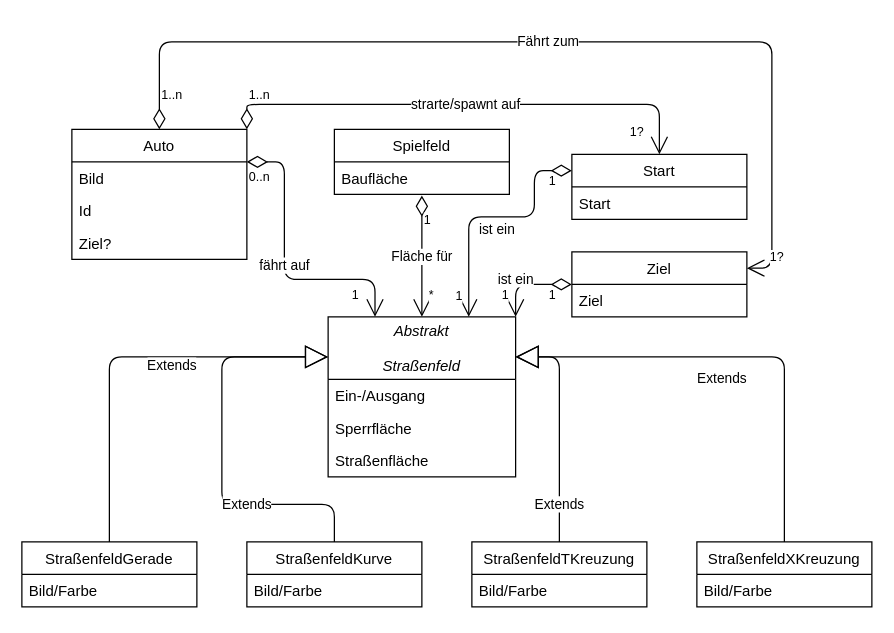
This is NewDomänenDiagramm.drawio from fefuhr/SWT, a draw.io file, before an edit. Source tidied: cells renumbered, new cells numbered last; positions are measured from the earlier drawing's top-left corner, leaving out a move shared by most shapes. Both pictures are drawn from the tidied source at 125%, with x=0, y=0 at pixel (-66, -360).
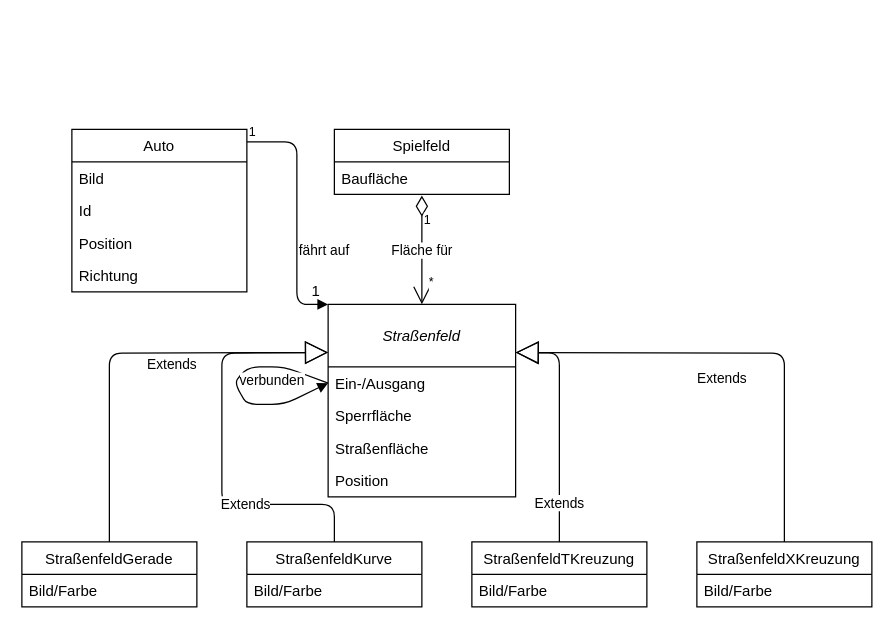
After the change.

Unchanged cells that the change refers to:
```xml
<mxCell id="4" value="Spielfeld" style="swimlane;fontStyle=0;horizontal=1;startSize=26;fillColor=none;" parent="1" vertex="1">
  <mxGeometry x="320" y="391" width="140" height="52" as="geometry" />
</mxCell>
<mxCell id="13" value="StraßenfeldKurve" style="swimlane;fontStyle=0;horizontal=1;startSize=26;fillColor=none;" parent="1" vertex="1">
  <mxGeometry x="250" y="721" width="140" height="52" as="geometry" />
</mxCell>
<mxCell id="15" value="StraßenfeldTKreuzung" style="swimlane;fontStyle=0;horizontal=1;startSize=26;fillColor=none;" parent="1" vertex="1">
  <mxGeometry x="430" y="721" width="140" height="52" as="geometry" />
</mxCell>
<mxCell id="17" value="StraßenfeldGerade" style="swimlane;fontStyle=0;horizontal=1;startSize=26;fillColor=none;" parent="1" vertex="1">
  <mxGeometry x="70" y="721" width="140" height="52" as="geometry" />
</mxCell>
```

Change to the diagram source:
```diff
@@
+    <mxCell id="29" value="fährt auf" style="endArrow=block;endFill=1;html=1;edgeStyle=orthogonalEdgeStyle;align=left;verticalAlign=top;entryX=0;entryY=0;entryDx=0;entryDy=0;" parent="4" edge="1" target="9">
+      <mxGeometry x="0.17" relative="1" as="geometry">
+        <mxPoint x="-70" y="10" as="sourcePoint" />
+        <Array as="points">
+          <mxPoint x="-30" y="10" />
+          <mxPoint x="-30" y="140" />
+        </Array>
+      </mxGeometry>
+    </mxCell>
+    <mxCell id="48" value="1" style="html=1;align=left;verticalAlign=bottom;labelBackgroundColor=#ffffff;fontSize=10;" parent="29" vertex="1">
+      <mxGeometry x="-1" relative="1" as="geometry" />
+    </mxCell>
@@
-    <mxCell id="9" value="Abstrakt&#10;&#10;Straßenfeld" style="swimlane;fontStyle=2;horizontal=1;startSize=50;fillColor=none;fontSize=12;spacing=2;" parent="1" vertex="1">
-      <mxGeometry x="315" y="541" width="150" height="128" as="geometry" />
-    </mxCell>
-    <mxCell id="10" value="Ein-/Ausgang" style="text;strokeColor=none;fillColor=none;align=left;verticalAlign=top;spacingLeft=4;spacingRight=4;overflow=hidden;points=[[0,0.5],[1,0.5]];portConstraint=eastwest;" parent="9" vertex="1">
-      <mxGeometry y="50" width="150" height="26" as="geometry" />
-    </mxCell>
-    <mxCell id="11" value="Sperrfläche" style="text;strokeColor=none;fillColor=none;align=left;verticalAlign=top;spacingLeft=4;spacingRight=4;overflow=hidden;" parent="9" vertex="1">
-      <mxGeometry y="76" width="150" height="26" as="geometry" />
-    </mxCell>
-    <mxCell id="12" value="Straßenfläche" style="text;strokeColor=none;fillColor=none;align=left;verticalAlign=top;spacingLeft=4;spacingRight=4;overflow=hidden;" parent="9" vertex="1">
-      <mxGeometry y="102" width="150" height="26" as="geometry" />
-    </mxCell>
@@
     <mxCell id="21" value="Extends" style="endArrow=block;endSize=16;endFill=0;html=1;exitX=0.5;exitY=0;exitDx=0;exitDy=0;entryX=0;entryY=0.25;entryDx=0;entryDy=0;" parent="1" edge="1" source="17" target="9">
       <mxGeometry x="-0.13" y="-50" relative="1" as="geometry">
         <Array as="points">
-          <mxPoint x="140" y="573" />
+          <mxPoint x="140" y="570" />
         </Array>
       </mxGeometry>
     </mxCell>
     <mxCell id="22" value="Extends" style="endArrow=block;endSize=16;endFill=0;html=1;exitX=0.5;exitY=0;exitDx=0;exitDy=0;entryX=0;entryY=0.25;entryDx=0;entryDy=0;" parent="1" edge="1" source="13" target="9">
       <mxGeometry x="-0.38" relative="1" as="geometry">
         <Array as="points">
           <mxPoint x="320" y="691" />
           <mxPoint x="230" y="691" />
-          <mxPoint x="230" y="573" />
+          <mxPoint x="230" y="570" />
         </Array>
       </mxGeometry>
     </mxCell>
     <mxCell id="23" value="Extends" style="endArrow=block;endSize=16;endFill=0;html=1;exitX=0.5;exitY=0;exitDx=0;exitDy=0;entryX=1;entryY=0.25;entryDx=0;entryDy=0;" parent="1" edge="1" source="15" target="9">
       <mxGeometry x="-0.67" relative="1" as="geometry">
         <Array as="points">
-          <mxPoint x="500" y="573" />
+          <mxPoint x="500" y="570" />
         </Array>
       </mxGeometry>
     </mxCell>
     <mxCell id="24" value="Extends" style="endArrow=block;endSize=16;endFill=0;html=1;exitX=0.5;exitY=0;exitDx=0;exitDy=0;entryX=1;entryY=0.25;entryDx=0;entryDy=0;" parent="1" edge="1" target="9">
       <mxGeometry x="-0.83" y="50" relative="1" as="geometry">
         <mxPoint x="680" y="721" as="sourcePoint" />
         <Array as="points">
           <mxPoint x="680" y="691" />
-          <mxPoint x="680" y="573" />
-          <mxPoint x="590" y="573" />
+          <mxPoint x="680" y="570" />
         </Array>
         <mxPoint y="-100" as="offset" />
       </mxGeometry>
     </mxCell>
     <mxCell id="25" value="Auto" style="swimlane;fontStyle=0;horizontal=1;startSize=26;fillColor=none;" parent="1" vertex="1">
-      <mxGeometry x="110" y="391" width="140" height="104" as="geometry" />
+      <mxGeometry x="110" y="391" width="140" height="130" as="geometry" />
     </mxCell>
@@
-    <mxCell id="28" value="Ziel?" style="text;strokeColor=none;fillColor=none;align=left;verticalAlign=top;spacingLeft=4;spacingRight=4;overflow=hidden;" parent="25" vertex="1">
+    <mxCell id="28" value="Position" style="text;strokeColor=none;fillColor=none;align=left;verticalAlign=top;spacingLeft=4;spacingRight=4;overflow=hidden;" parent="25" vertex="1">
       <mxGeometry y="78" width="140" height="26" as="geometry" />
     </mxCell>
-    <mxCell id="29" value="fährt auf" style="endArrow=open;html=1;endSize=12;startArrow=diamondThin;startSize=14;startFill=0;edgeStyle=orthogonalEdgeStyle;exitX=1;exitY=0.25;exitDx=0;exitDy=0;entryX=0.25;entryY=0;entryDx=0;entryDy=0;" parent="1" edge="1" source="25" target="9">
-      <mxGeometry relative="1" as="geometry">
-        <Array as="points">
-          <mxPoint x="280" y="417" />
-          <mxPoint x="280" y="511" />
-          <mxPoint x="353" y="511" />
-        </Array>
-      </mxGeometry>
-    </mxCell>
-    <mxCell id="30" value="0..n" style="html=1;align=left;verticalAlign=top;labelBackgroundColor=#ffffff;fontSize=10;" parent="29" vertex="1">
-      <mxGeometry x="-1" relative="1" as="geometry" />
-    </mxCell>
-    <mxCell id="31" value="1" style="html=1;align=right;verticalAlign=top;labelBackgroundColor=#ffffff;fontSize=10;" parent="29" vertex="1">
-      <mxGeometry x="1" relative="1" as="geometry">
-        <mxPoint x="-12.5" y="-30.5" as="offset" />
-      </mxGeometry>
-    </mxCell>
-    <mxCell id="32" value="Start" style="swimlane;fontStyle=0;horizontal=1;startSize=26;fillColor=none;" parent="1" vertex="1">
-      <mxGeometry x="510" y="411" width="140" height="52" as="geometry" />
-    </mxCell>
-    <mxCell id="33" value="Start" style="text;strokeColor=none;fillColor=none;align=left;verticalAlign=top;spacingLeft=4;spacingRight=4;overflow=hidden;" parent="32" vertex="1">
-      <mxGeometry y="26" width="140" height="26" as="geometry" />
-    </mxCell>
-    <mxCell id="34" value="Ziel" style="swimlane;fontStyle=0;horizontal=1;startSize=26;fillColor=none;" parent="1" vertex="1">
-      <mxGeometry x="510" y="489" width="140" height="52" as="geometry" />
-    </mxCell>
-    <mxCell id="35" value="Ziel" style="text;strokeColor=none;fillColor=none;align=left;verticalAlign=top;spacingLeft=4;spacingRight=4;overflow=hidden;" parent="34" vertex="1">
-      <mxGeometry y="26" width="140" height="26" as="geometry" />
-    </mxCell>
-    <mxCell id="36" value="ist ein" style="endArrow=open;html=1;endSize=12;startArrow=diamondThin;startSize=14;startFill=0;edgeStyle=orthogonalEdgeStyle;exitX=0;exitY=0.5;exitDx=0;exitDy=0;entryX=1;entryY=0;entryDx=0;entryDy=0;" parent="1" edge="1" source="34" target="9">
-      <mxGeometry x="0.27" y="-4" relative="1" as="geometry">
-        <mxPoint x="4" y="-4" as="offset" />
-      </mxGeometry>
-    </mxCell>
-    <mxCell id="37" value="1" style="html=1;align=left;verticalAlign=top;labelBackgroundColor=#ffffff;fontSize=10;" parent="36" vertex="1">
-      <mxGeometry x="-1" relative="1" as="geometry">
-        <mxPoint x="-20" y="-4" as="offset" />
-      </mxGeometry>
-    </mxCell>
-    <mxCell id="38" value="1" style="html=1;align=right;verticalAlign=top;labelBackgroundColor=#ffffff;fontSize=10;" parent="36" vertex="1">
-      <mxGeometry x="1" relative="1" as="geometry">
-        <mxPoint x="-5" y="-30" as="offset" />
-      </mxGeometry>
-    </mxCell>
-    <mxCell id="39" value="ist ein" style="endArrow=open;html=1;endSize=12;startArrow=diamondThin;startSize=14;startFill=0;edgeStyle=orthogonalEdgeStyle;exitX=0;exitY=0.25;exitDx=0;exitDy=0;entryX=0.75;entryY=0;entryDx=0;entryDy=0;" parent="1" edge="1" source="32" target="9">
-      <mxGeometry x="-0.03" y="10" relative="1" as="geometry">
-        <Array as="points">
-          <mxPoint x="480" y="424" />
-          <mxPoint x="480" y="461" />
-          <mxPoint x="428" y="461" />
-        </Array>
-      </mxGeometry>
-    </mxCell>
-    <mxCell id="40" value="1" style="html=1;align=left;verticalAlign=top;labelBackgroundColor=#ffffff;fontSize=10;" parent="39" vertex="1">
-      <mxGeometry x="-1" relative="1" as="geometry">
-        <mxPoint x="-20" y="-4" as="offset" />
-      </mxGeometry>
-    </mxCell>
-    <mxCell id="41" value="1" style="html=1;align=right;verticalAlign=top;labelBackgroundColor=#ffffff;fontSize=10;" parent="39" vertex="1">
-      <mxGeometry x="1" relative="1" as="geometry">
-        <mxPoint x="-5" y="-30" as="offset" />
-      </mxGeometry>
-    </mxCell>
-    <mxCell id="42" value="strarte/spawnt auf" style="endArrow=open;html=1;endSize=12;startArrow=diamondThin;startSize=14;startFill=0;edgeStyle=orthogonalEdgeStyle;exitX=1;exitY=0;exitDx=0;exitDy=0;entryX=0.5;entryY=0;entryDx=0;entryDy=0;" parent="1" edge="1" source="25" target="32">
-      <mxGeometry relative="1" as="geometry">
-        <Array as="points">
-          <mxPoint x="250" y="371" />
-          <mxPoint x="580" y="371" />
-        </Array>
-      </mxGeometry>
-    </mxCell>
-    <mxCell id="43" value="1..n" style="html=1;align=left;verticalAlign=top;labelBackgroundColor=#ffffff;fontSize=10;" parent="42" vertex="1">
-      <mxGeometry x="-1" relative="1" as="geometry">
-        <mxPoint y="-40" as="offset" />
-      </mxGeometry>
-    </mxCell>
-    <mxCell id="44" value="1?" style="html=1;align=right;verticalAlign=top;labelBackgroundColor=#ffffff;fontSize=10;" parent="42" vertex="1">
-      <mxGeometry x="1" relative="1" as="geometry">
-        <mxPoint x="-12.5" y="-30.5" as="offset" />
-      </mxGeometry>
-    </mxCell>
-    <mxCell id="45" value="Fährt zum" style="endArrow=open;html=1;endSize=12;startArrow=diamondThin;startSize=14;startFill=0;edgeStyle=orthogonalEdgeStyle;exitX=0.5;exitY=0;exitDx=0;exitDy=0;entryX=1;entryY=0.25;entryDx=0;entryDy=0;" parent="1" edge="1" source="25" target="34">
-      <mxGeometry relative="1" as="geometry">
-        <Array as="points">
-          <mxPoint x="180" y="321" />
-          <mxPoint x="670" y="321" />
-          <mxPoint x="670" y="502" />
-        </Array>
-      </mxGeometry>
-    </mxCell>
-    <mxCell id="46" value="1..n" style="html=1;align=left;verticalAlign=top;labelBackgroundColor=#ffffff;fontSize=10;" parent="45" vertex="1">
-      <mxGeometry x="-1" relative="1" as="geometry">
-        <mxPoint y="-40" as="offset" />
-      </mxGeometry>
-    </mxCell>
-    <mxCell id="47" value="1?" style="html=1;align=right;verticalAlign=top;labelBackgroundColor=#ffffff;fontSize=10;" parent="45" vertex="1">
-      <mxGeometry x="1" relative="1" as="geometry">
-        <mxPoint x="30" y="-21" as="offset" />
-      </mxGeometry>
-    </mxCell>
+    <mxCell id="49" value="Richtung" style="text;strokeColor=none;fillColor=none;align=left;verticalAlign=top;spacingLeft=4;spacingRight=4;overflow=hidden;" parent="25" vertex="1">
+      <mxGeometry y="104" width="140" height="26" as="geometry" />
+    </mxCell>
+    <mxCell id="50" value="1" style="text;html=1;align=center;verticalAlign=middle;" parent="1" vertex="1">
+      <mxGeometry x="295" y="511" width="20" height="20" as="geometry" />
+    </mxCell>
+    <mxCell id="9" value="Straßenfeld" style="swimlane;fontStyle=2;horizontal=1;startSize=50;fillColor=none;fontSize=12;spacing=2;" parent="1" vertex="1">
+      <mxGeometry x="315" y="531" width="150" height="154" as="geometry" />
+    </mxCell>
+    <mxCell id="10" value="Ein-/Ausgang" style="text;strokeColor=none;fillColor=none;align=left;verticalAlign=top;spacingLeft=4;spacingRight=4;overflow=hidden;points=[[0,0.5],[1,0.5]];portConstraint=eastwest;" parent="9" vertex="1">
+      <mxGeometry y="50" width="150" height="26" as="geometry" />
+    </mxCell>
+    <mxCell id="11" value="Sperrfläche" style="text;strokeColor=none;fillColor=none;align=left;verticalAlign=top;spacingLeft=4;spacingRight=4;overflow=hidden;" parent="9" vertex="1">
+      <mxGeometry y="76" width="150" height="26" as="geometry" />
+    </mxCell>
+    <mxCell id="12" value="Straßenfläche" style="text;strokeColor=none;fillColor=none;align=left;verticalAlign=top;spacingLeft=4;spacingRight=4;overflow=hidden;" parent="9" vertex="1">
+      <mxGeometry y="102" width="150" height="26" as="geometry" />
+    </mxCell>
+    <mxCell id="51" value="Position" style="text;strokeColor=none;fillColor=none;align=left;verticalAlign=top;spacingLeft=4;spacingRight=4;overflow=hidden;" parent="9" vertex="1">
+      <mxGeometry y="128" width="150" height="26" as="geometry" />
+    </mxCell>
+    <mxCell id="52" value="verbunden" style="html=1;verticalAlign=bottom;endArrow=block;exitX=0;exitY=0.5;exitDx=0;exitDy=0;entryX=0;entryY=0.5;entryDx=0;entryDy=0;" parent="9" edge="1" source="10" target="10">
+      <mxGeometry x="0.43" y="10" relative="1" as="geometry">
+        <Array as="points">
+          <mxPoint x="-35" y="50" />
+          <mxPoint x="-65" y="50" />
+          <mxPoint x="-75" y="63" />
+          <mxPoint x="-65" y="80" />
+          <mxPoint x="-35" y="80" />
+        </Array>
+      </mxGeometry>
+    </mxCell>
```
